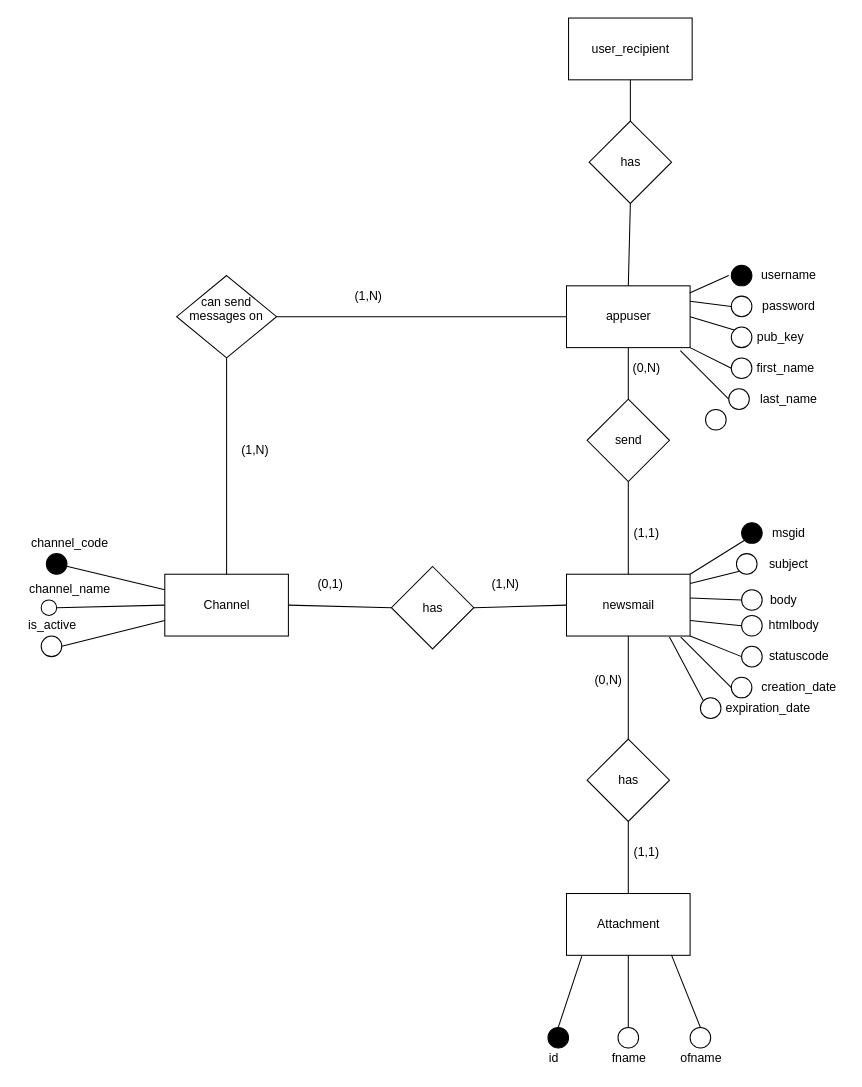
Earlier version of the draw.io diagram ErDiagram.drawio (Marco-Hazan/appNewsMail). Source tidied: cells renumbered, new cells numbered last; positions are measured from the earlier drawing's top-left corner, leaving out a move shared by most shapes. Both pictures are drawn from the tidied source at 103%, with x=0, y=0 at pixel (18, 18).
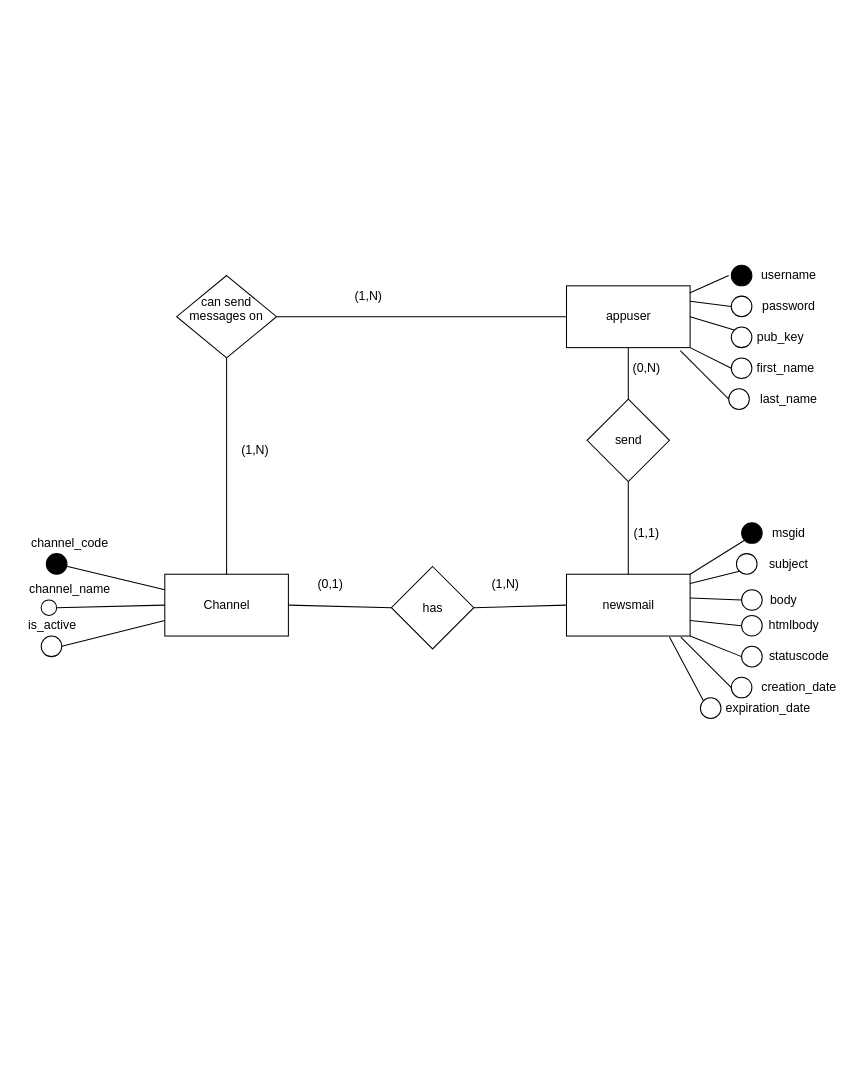
The same diagram, later.

The change refers to these unchanged cells:
```xml
<mxCell id="12" value="newsmail" style="rounded=0;whiteSpace=wrap;html=1;fillColor=none;" parent="1" vertex="1">
  <mxGeometry x="532.5" y="540" width="120" height="60" as="geometry" />
</mxCell>
<mxCell id="39" value="appuser" style="rounded=0;whiteSpace=wrap;html=1;fillColor=none;" parent="1" vertex="1">
  <mxGeometry x="532.5" y="260" width="120" height="60" as="geometry" />
</mxCell>
```

The edit, as a diff of the source:
```diff
@@
-    <mxCell id="51" value="&lt;div&gt;Attachment&lt;/div&gt;" style="rounded=0;whiteSpace=wrap;html=1;fillColor=none;" parent="1" vertex="1">
-      <mxGeometry x="532.5" y="850" width="120" height="60" as="geometry" />
-    </mxCell>
-    <mxCell id="52" value="has" style="rhombus;whiteSpace=wrap;html=1;fillColor=none;" parent="1" vertex="1">
-      <mxGeometry x="552.5" y="700" width="80" height="80" as="geometry" />
-    </mxCell>
-    <mxCell id="53" style="endArrow=none;html=1;rounded=0;exitX=0.5;exitY=1;exitDx=0;exitDy=0;" parent="1" edge="1" source="12" target="52">
-      <mxGeometry relative="1" as="geometry" />
-    </mxCell>
-    <mxCell id="54" style="endArrow=none;html=1;rounded=0;exitX=0.5;exitY=0;exitDx=0;exitDy=0;entryX=0.5;entryY=1;entryDx=0;entryDy=0;" parent="1" edge="1" source="51" target="52">
-      <mxGeometry relative="1" as="geometry" />
-    </mxCell>
-    <mxCell id="55" style="ellipse;whiteSpace=wrap;html=1;fillColor=#000000;" parent="1" vertex="1">
-      <mxGeometry x="514.5" y="980" width="20" height="20" as="geometry" />
-    </mxCell>
-    <mxCell id="56" style="endArrow=none;html=1;rounded=0;exitX=0.5;exitY=0;exitDx=0;exitDy=0;entryX=0.124;entryY=1.013;entryDx=0;entryDy=0;entryPerimeter=0;" parent="1" edge="1" source="55" target="51">
-      <mxGeometry relative="1" as="geometry" />
-    </mxCell>
-    <mxCell id="57" value="id" style="text;html=1;align=center;verticalAlign=middle;strokeColor=none;fillColor=none;" parent="1" vertex="1">
-      <mxGeometry x="504.5" y="1000" width="30" height="20" as="geometry" />
-    </mxCell>
-    <mxCell id="58" style="ellipse;whiteSpace=wrap;html=1;fillColor=none;" parent="1" vertex="1">
-      <mxGeometry x="582.5" y="980" width="20" height="20" as="geometry" />
-    </mxCell>
-    <mxCell id="59" style="endArrow=none;html=1;rounded=0;exitX=0.5;exitY=0;exitDx=0;exitDy=0;entryX=0.5;entryY=1;entryDx=0;entryDy=0;" parent="1" edge="1" source="58" target="51">
-      <mxGeometry relative="1" as="geometry" />
-    </mxCell>
-    <mxCell id="60" value="fname" style="text;html=1;align=center;verticalAlign=middle;strokeColor=none;fillColor=none;" parent="1" vertex="1">
-      <mxGeometry x="567.5" y="1000" width="50" height="20" as="geometry" />
-    </mxCell>
-    <mxCell id="61" style="ellipse;whiteSpace=wrap;html=1;fillColor=none;" parent="1" vertex="1">
-      <mxGeometry x="652.5" y="980" width="20" height="20" as="geometry" />
-    </mxCell>
-    <mxCell id="62" value="ofname" style="text;html=1;align=center;verticalAlign=middle;strokeColor=none;fillColor=none;" parent="1" vertex="1">
-      <mxGeometry x="632.5" y="1000" width="60" height="20" as="geometry" />
-    </mxCell>
-    <mxCell id="63" style="endArrow=none;html=1;rounded=0;exitX=0.5;exitY=0;exitDx=0;exitDy=0;entryX=0.849;entryY=0.993;entryDx=0;entryDy=0;entryPerimeter=0;" parent="1" edge="1" source="61" target="51">
-      <mxGeometry relative="1" as="geometry" />
-    </mxCell>
@@
-    <mxCell id="69" value="(1,1)" style="text;html=1;align=center;verticalAlign=middle;strokeColor=none;fillColor=none;" parent="1" vertex="1">
-      <mxGeometry x="589.5" y="800" width="40" height="20" as="geometry" />
-    </mxCell>
-    <mxCell id="70" value="&lt;div&gt;(0,N)&lt;/div&gt;&lt;div&gt;&lt;br&gt;&lt;/div&gt;" style="text;html=1;align=center;verticalAlign=middle;strokeColor=none;fillColor=none;" parent="1" vertex="1">
-      <mxGeometry x="552.5" y="635" width="40" height="30" as="geometry" />
-    </mxCell>
-    <mxCell id="71" value="user_recipient" style="rounded=0;whiteSpace=wrap;html=1;" parent="1" vertex="1">
-      <mxGeometry x="534.5" width="120" height="60" as="geometry" />
-    </mxCell>
-    <mxCell id="72" value="has" style="rhombus;whiteSpace=wrap;html=1;" parent="1" vertex="1">
-      <mxGeometry x="554.5" y="100" width="80" height="80" as="geometry" />
-    </mxCell>
-    <mxCell id="73" style="endArrow=none;html=1;rounded=0;exitX=0.5;exitY=0;exitDx=0;exitDy=0;entryX=0.5;entryY=1;entryDx=0;entryDy=0;" parent="1" edge="1" source="72" target="71">
-      <mxGeometry relative="1" as="geometry" />
-    </mxCell>
-    <mxCell id="74" style="endArrow=none;html=1;rounded=0;exitX=0.5;exitY=0;exitDx=0;exitDy=0;entryX=0.5;entryY=1;entryDx=0;entryDy=0;" parent="1" edge="1" source="39" target="72">
-      <mxGeometry relative="1" as="geometry" />
-    </mxCell>
@@
-    <mxCell id="84" style="ellipse;whiteSpace=wrap;html=1;" parent="1" vertex="1">
-      <mxGeometry x="667.5" y="380" width="20" height="20" as="geometry" />
-    </mxCell>
```
